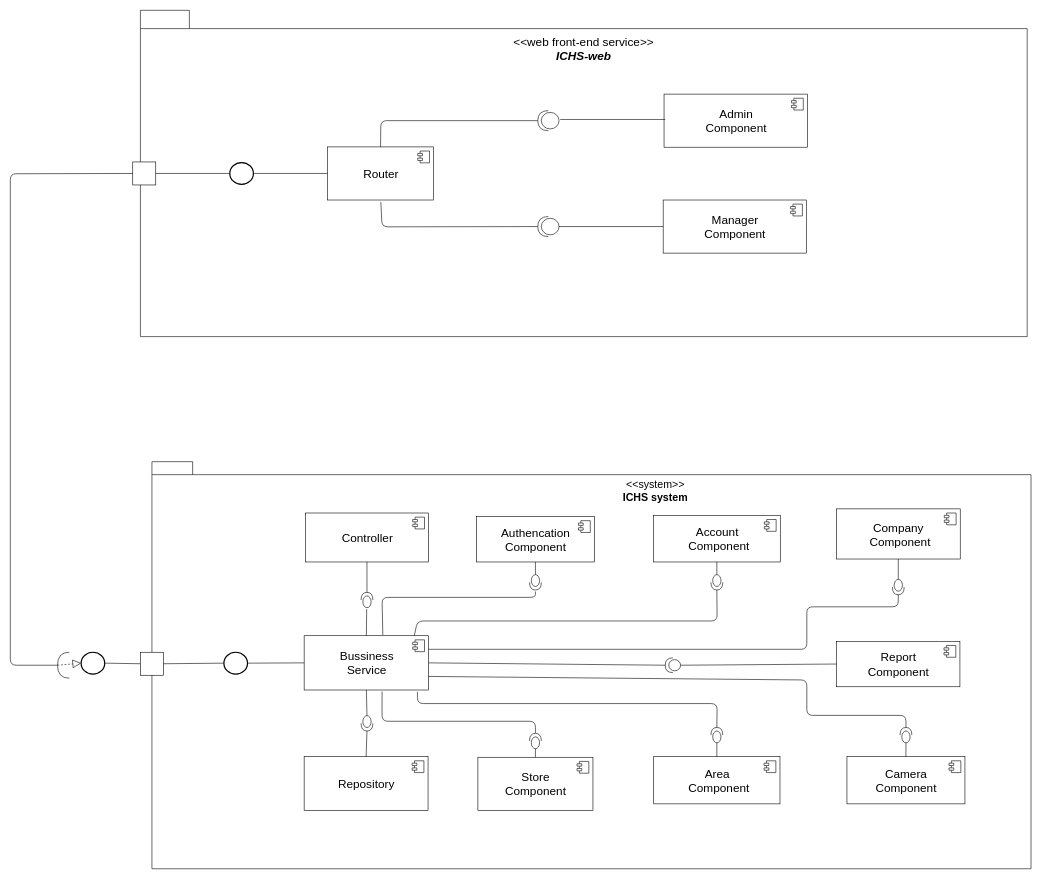
Before: Document/Diagram/ComponentD.drawio in Beelmizu/CHS-HEATMAP-CAPSTONE, a draw.io diagram. Source tidied: cells renumbered, new cells numbered last; positions are measured from the earlier drawing's top-left corner, leaving out a move shared by most shapes. Both pictures are drawn from the tidied source at 59%, with x=0, y=0 at pixel (10, 10).
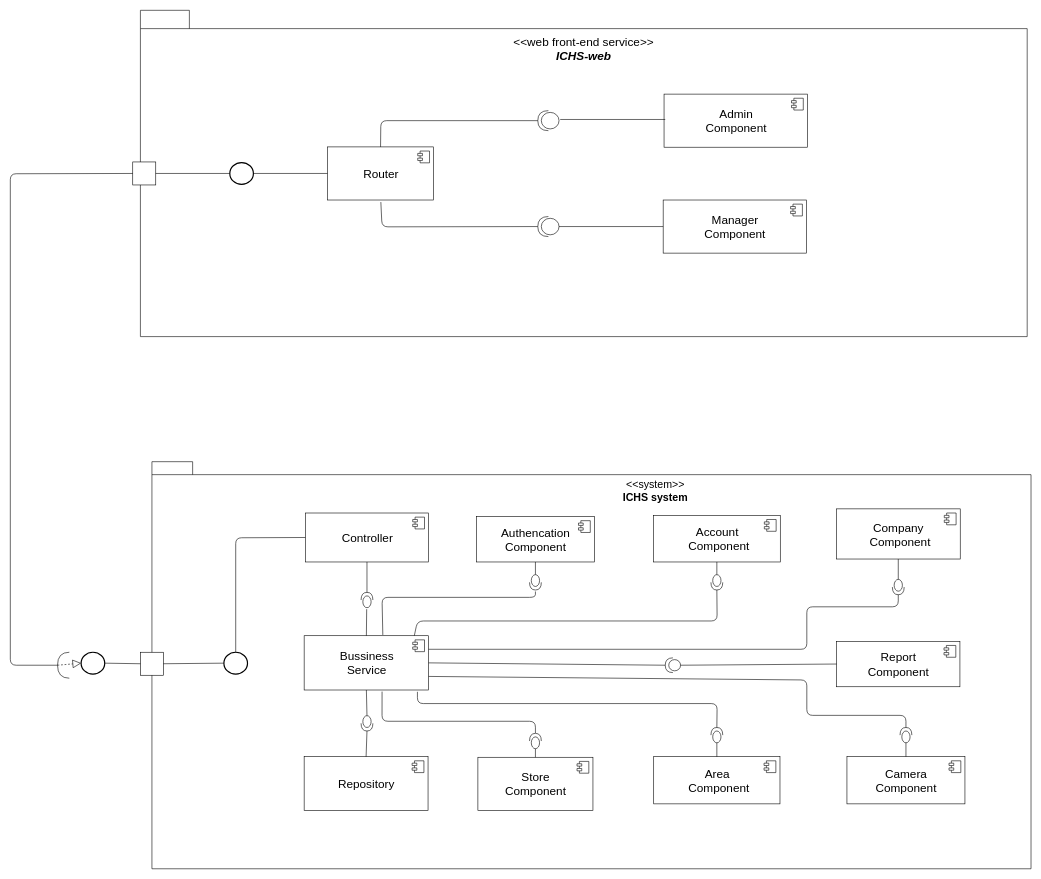
The same page after the edit.

Unchanged cells that the change refers to:
```xml
<mxCell id="6" value="&lt;font style=&quot;font-size: 20px&quot;&gt;Controller&lt;/font&gt;" style="html=1;gradientColor=none;" parent="1" vertex="1">
  <mxGeometry x="500" y="852" width="209" height="83" as="geometry" />
</mxCell>
<mxCell id="8" value="&lt;font style=&quot;font-size: 20px&quot;&gt;Bussiness &lt;br&gt;Service&lt;/font&gt;" style="html=1;gradientColor=none;" parent="1" vertex="1">
  <mxGeometry x="498" y="1060" width="211" height="92" as="geometry" />
</mxCell>
<mxCell id="51" style="verticalLabelPosition=bottom;verticalAlign=top;html=1;strokeWidth=2;shape=mxgraph.flowchart.on-page_reference;gradientColor=none;" parent="1" vertex="1">
  <mxGeometry x="362" y="1088" width="40" height="37" as="geometry" />
</mxCell>
```

What changed in the source:
```diff
@@
-    <mxCell id="54" style="endArrow=none;html=1;entryX=0;entryY=0.5;entryDx=0;entryDy=0;exitX=1;exitY=0.5;exitDx=0;exitDy=0;exitPerimeter=0;" parent="1" edge="1" source="51" target="8">
-      <mxGeometry relative="1" as="geometry" />
+    <mxCell id="54" style="endArrow=none;html=1;entryX=0;entryY=0.5;entryDx=0;entryDy=0;exitX=0.5;exitY=0;exitDx=0;exitDy=0;exitPerimeter=0;" parent="1" edge="1" source="51" target="6">
+      <mxGeometry relative="1" as="geometry">
+        <Array as="points">
+          <mxPoint x="382" y="894" />
+        </Array>
+      </mxGeometry>
     </mxCell>
```
